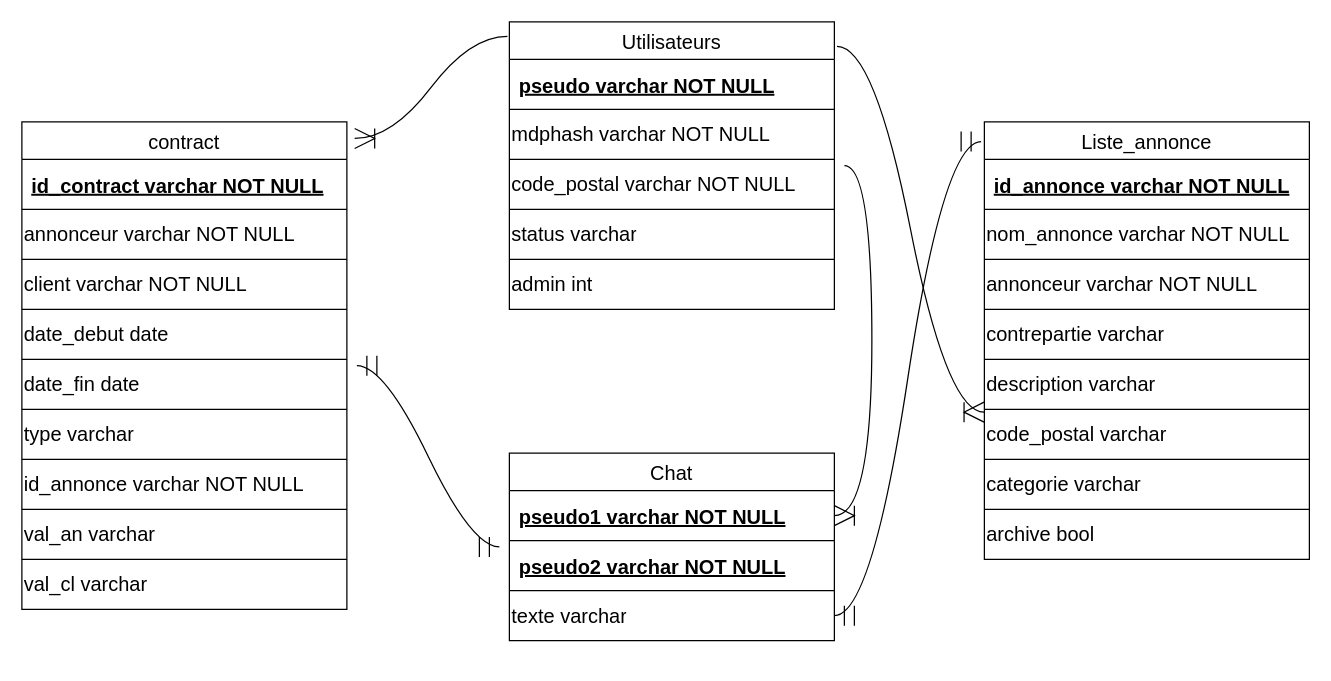
Before: Rapport/Diagramme_DB.drawio in LeBoufty/ppii1, a draw.io diagram. Source tidied: cells renumbered, new cells numbered last; positions are measured from the earlier drawing's top-left corner, leaving out a move shared by most shapes. Both pictures are drawn from the tidied source at 125%, with x=0, y=0 at pixel (21, 21).
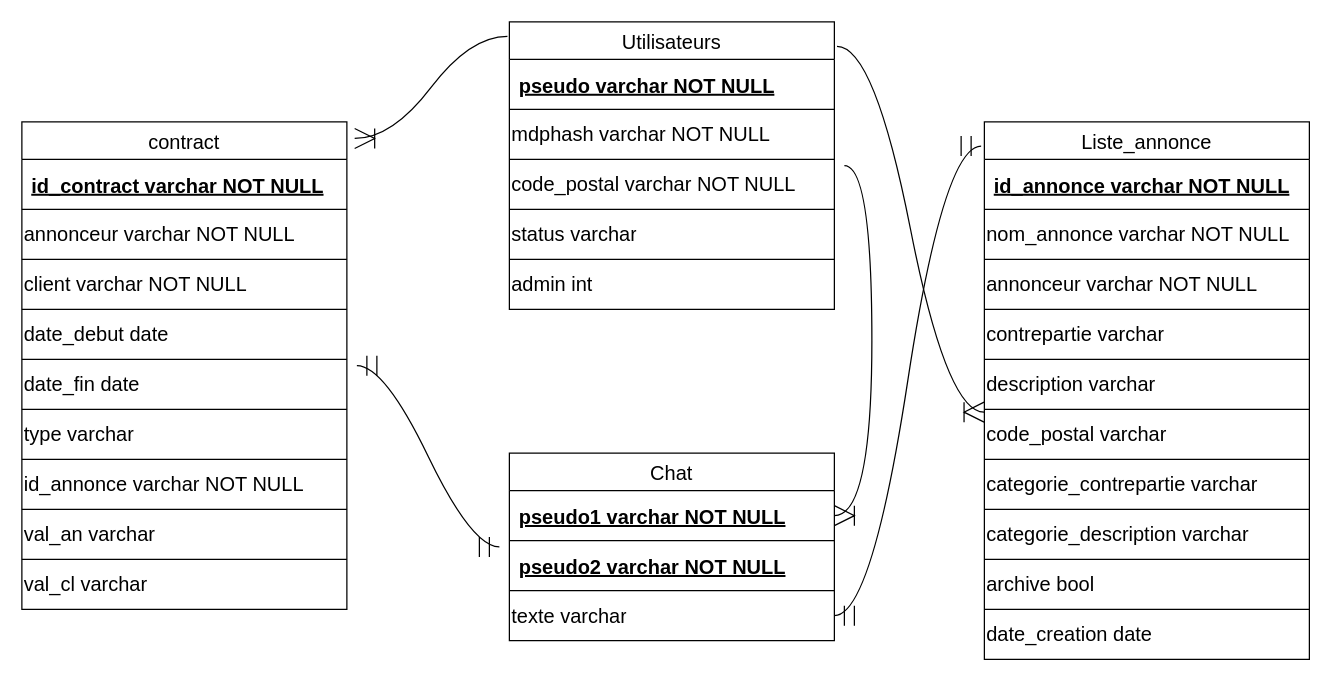
Above is the later version.

Commit message (it also covers changes not shown here):
j'avais commit que le dossier web donc encore une fois ajout de colonne categorie_description et renomage de categorie en categorie_contrepartie

The change refers to these unchanged cells:
```xml
<mxCell id="26" style="shape=tableRow;horizontal=0;startSize=0;swimlaneHead=0;swimlaneBody=0;top=0;left=0;bottom=0;right=0;fillColor=none;fontSize=16;" parent="13" vertex="1">
  <mxGeometry y="270" width="260" height="40" as="geometry" />
</mxCell>
```

Diff of the diagram source:
```diff
@@
     <mxCell id="13" value="Liste_annonce" style="shape=table;startSize=30;childLayout=tableLayout;fontSize=16;" parent="1" vertex="1">
-      <mxGeometry x="770" y="80" width="260" height="350" as="geometry" />
+      <mxGeometry x="770" y="80" width="260" height="430" as="geometry" />
     </mxCell>
@@
-    <mxCell id="27" value="categorie varchar" style="shape=partialRectangle;html=1;whiteSpace=wrap;overflow=hidden;fillColor=none;top=0;left=0;bottom=0;right=0;fontSize=16;align=left;" parent="26" vertex="1">
+    <mxCell id="27" value="categorie_contrepartie varchar" style="shape=partialRectangle;html=1;whiteSpace=wrap;overflow=hidden;fillColor=none;top=0;left=0;bottom=0;right=0;fontSize=16;align=left;" parent="26" vertex="1">
       <mxGeometry width="260" height="40" as="geometry" />
     </mxCell>
+    <mxCell id="61" style="shape=tableRow;horizontal=0;startSize=0;swimlaneHead=0;swimlaneBody=0;top=0;left=0;bottom=0;right=0;fillColor=none;fontSize=16;" parent="13" vertex="1">
+      <mxGeometry y="310" width="260" height="40" as="geometry" />
+    </mxCell>
+    <mxCell id="62" value="categorie_description varchar" style="shape=partialRectangle;html=1;whiteSpace=wrap;overflow=hidden;fillColor=none;top=0;left=0;bottom=0;right=0;fontSize=16;align=left;" parent="61" vertex="1">
+      <mxGeometry width="260" height="40" as="geometry" />
+    </mxCell>
     <mxCell id="28" style="shape=tableRow;horizontal=0;startSize=0;swimlaneHead=0;swimlaneBody=0;top=0;left=0;bottom=0;right=0;fillColor=none;fontSize=16;" parent="13" vertex="1">
-      <mxGeometry y="310" width="260" height="40" as="geometry" />
+      <mxGeometry y="350" width="260" height="40" as="geometry" />
     </mxCell>
@@
+    <mxCell id="63" style="shape=tableRow;horizontal=0;startSize=0;swimlaneHead=0;swimlaneBody=0;top=0;left=0;bottom=0;right=0;fillColor=none;fontSize=16;" parent="13" vertex="1">
+      <mxGeometry y="390" width="260" height="40" as="geometry" />
+    </mxCell>
+    <mxCell id="64" value="date_creation date" style="shape=partialRectangle;html=1;whiteSpace=wrap;overflow=hidden;fillColor=none;top=0;left=0;bottom=0;right=0;fontSize=16;align=left;" parent="63" vertex="1">
+      <mxGeometry width="260" height="40" as="geometry" />
+    </mxCell>
```
